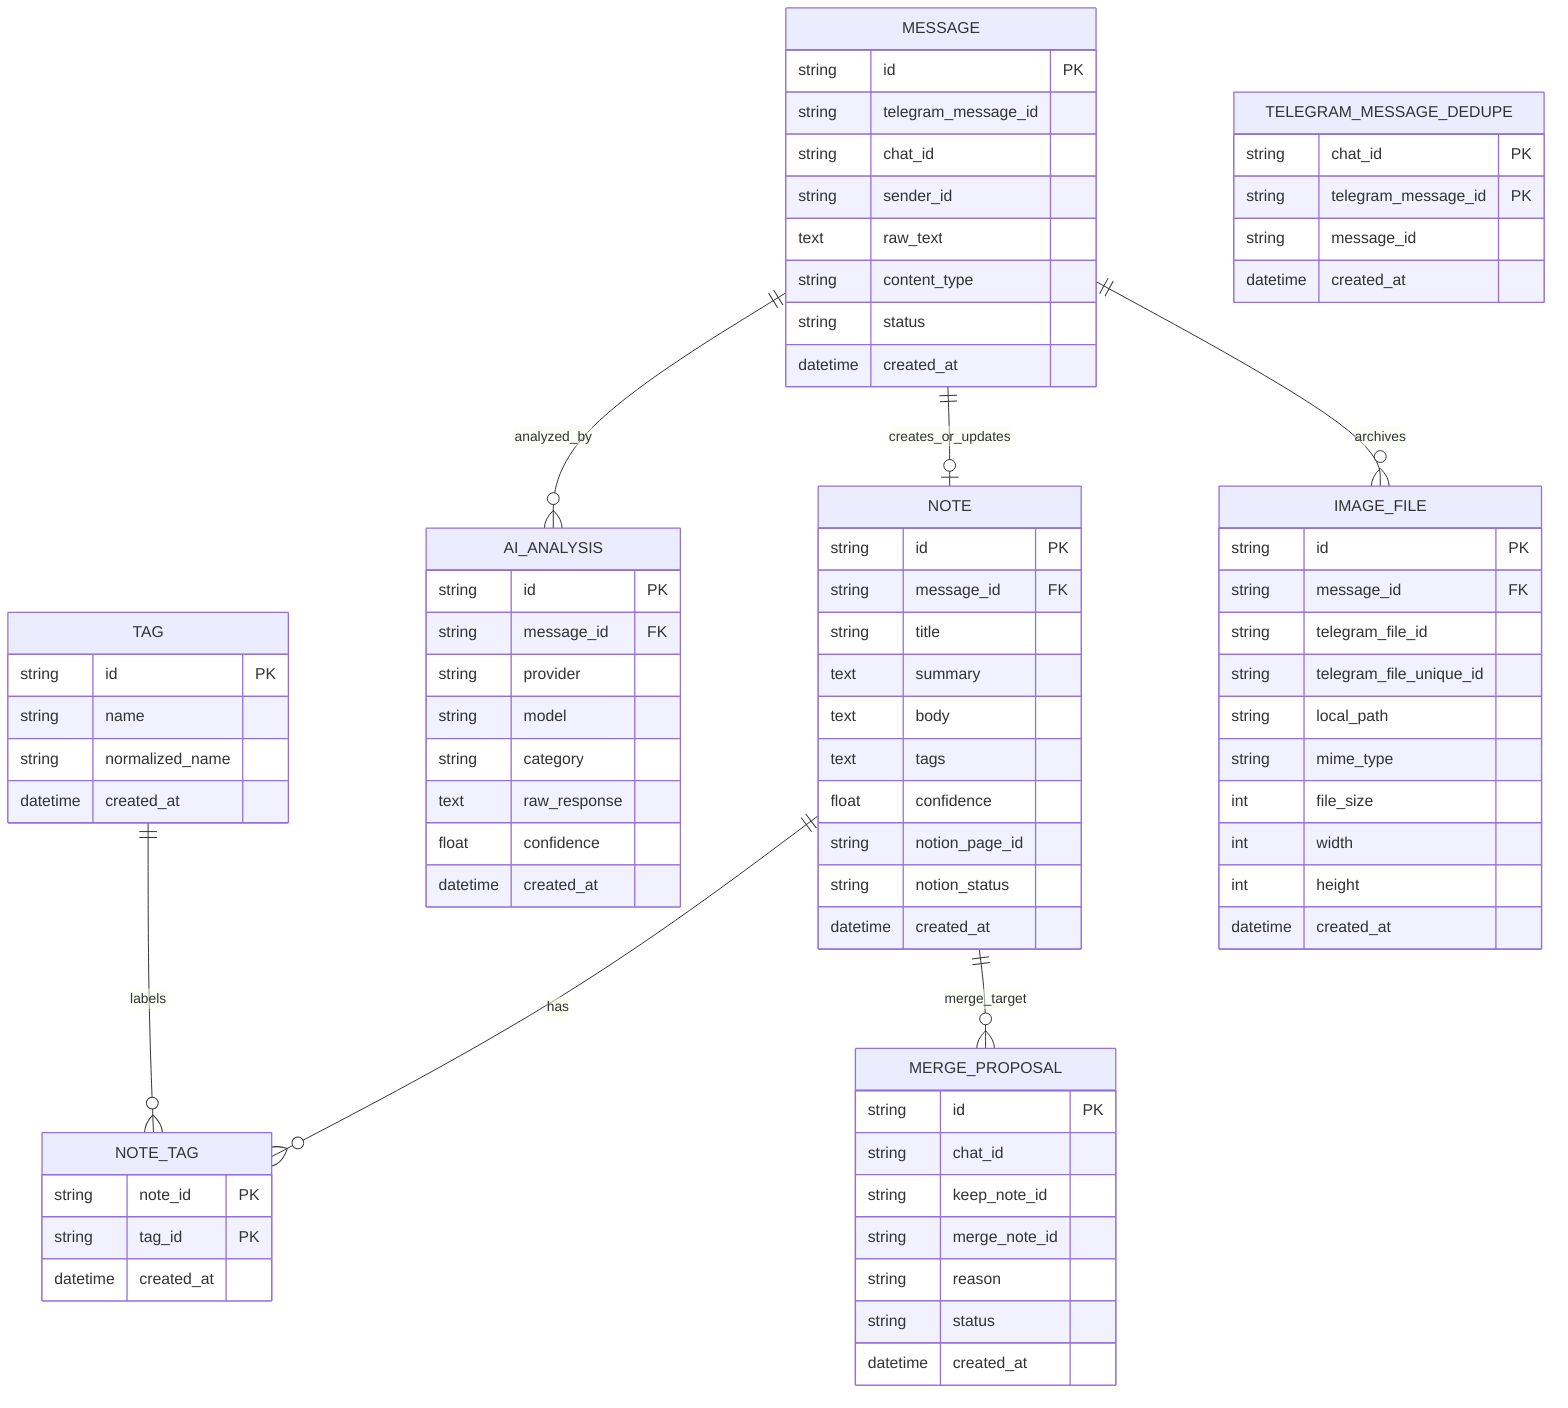
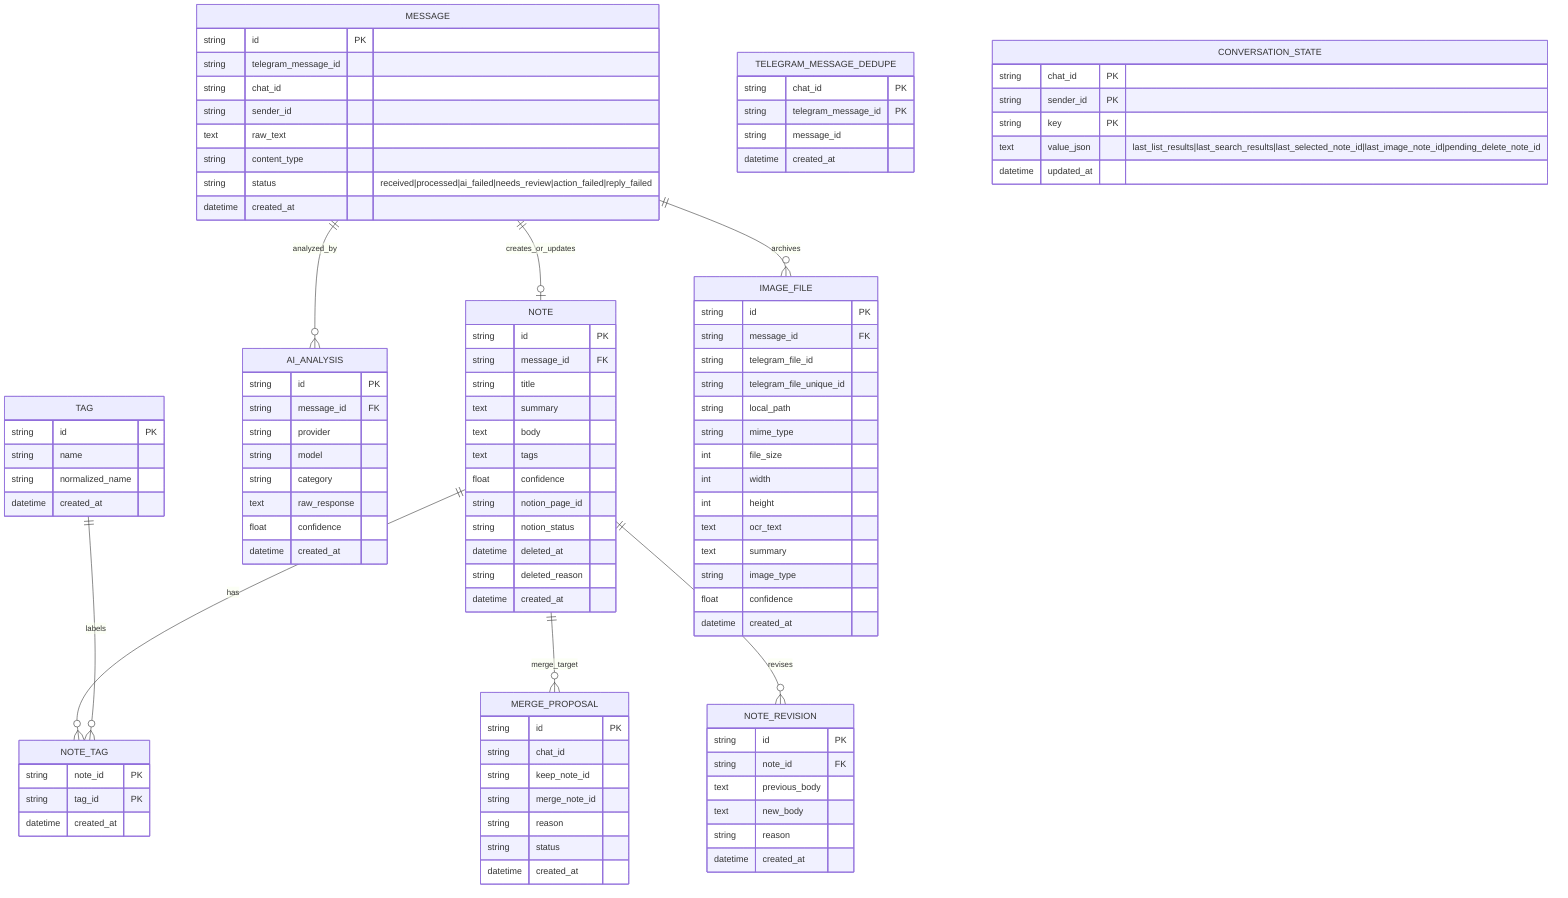
erDiagram
    MESSAGE {
        string id PK
        string telegram_message_id
        string chat_id
        string sender_id
        text raw_text
        string content_type
-         string status
+         string status "received|processed|ai_failed|needs_review|action_failed|reply_failed"
        datetime created_at
    }

    TELEGRAM_MESSAGE_DEDUPE {
        string chat_id PK
        string telegram_message_id PK
        string message_id
        datetime created_at
    }

    NOTE {
        string id PK
        string message_id FK
        string title
        text summary
        text body
        text tags
        float confidence
        string notion_page_id
        string notion_status
+         datetime deleted_at
+         string deleted_reason
        datetime created_at
    }

    AI_ANALYSIS {
        string id PK
        string message_id FK
        string provider
        string model
        string category
        text raw_response
        float confidence
        datetime created_at
    }

    TAG {
        string id PK
        string name
        string normalized_name
        datetime created_at
    }

    NOTE_TAG {
        string note_id PK
        string tag_id PK
        datetime created_at
    }

    IMAGE_FILE {
        string id PK
        string message_id FK
        string telegram_file_id
        string telegram_file_unique_id
        string local_path
        string mime_type
        int file_size
        int width
        int height
+         text ocr_text
+         text summary
+         string image_type
+         float confidence
        datetime created_at
    }

    MERGE_PROPOSAL {
        string id PK
        string chat_id
        string keep_note_id
        string merge_note_id
        string reason
        string status
        datetime created_at
    }

+     CONVERSATION_STATE {
+         string chat_id PK
+         string sender_id PK
+         string key PK
+         text value_json "last_list_results|last_search_results|last_selected_note_id|last_image_note_id|pending_delete_note_id"
+         datetime updated_at
+     }
+ 
+     NOTE_REVISION {
+         string id PK
+         string note_id FK
+         text previous_body
+         text new_body
+         string reason
+         datetime created_at
+     }
+ 
    MESSAGE ||--o| NOTE : creates_or_updates
    MESSAGE ||--o{ AI_ANALYSIS : analyzed_by
    MESSAGE ||--o{ IMAGE_FILE : archives
    NOTE ||--o{ NOTE_TAG : has
    TAG ||--o{ NOTE_TAG : labels
    NOTE ||--o{ MERGE_PROPOSAL : merge_target
+     NOTE ||--o{ NOTE_REVISION : revises
